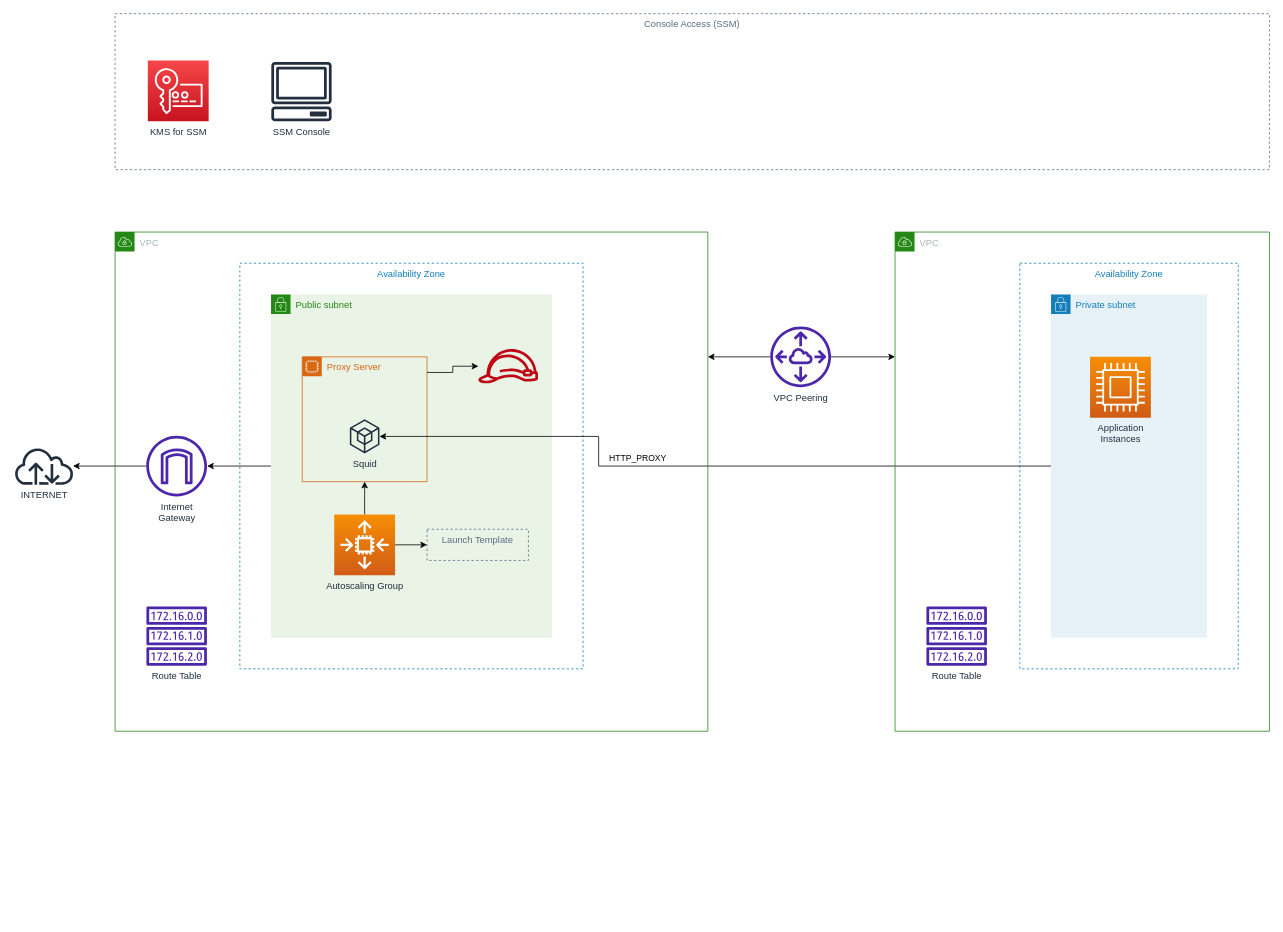
This is page "VPC Design" (5 of 5) of design.drawio from nicc777/exploring-aws-kinesis, a draw.io file, before an edit. Source tidied: cells renumbered, new cells numbered last; positions are measured from the earlier drawing's top-left corner, leaving out a move shared by most shapes. Both pictures are drawn from the tidied source at 78%, with x=0, y=0 at pixel (13, 13).
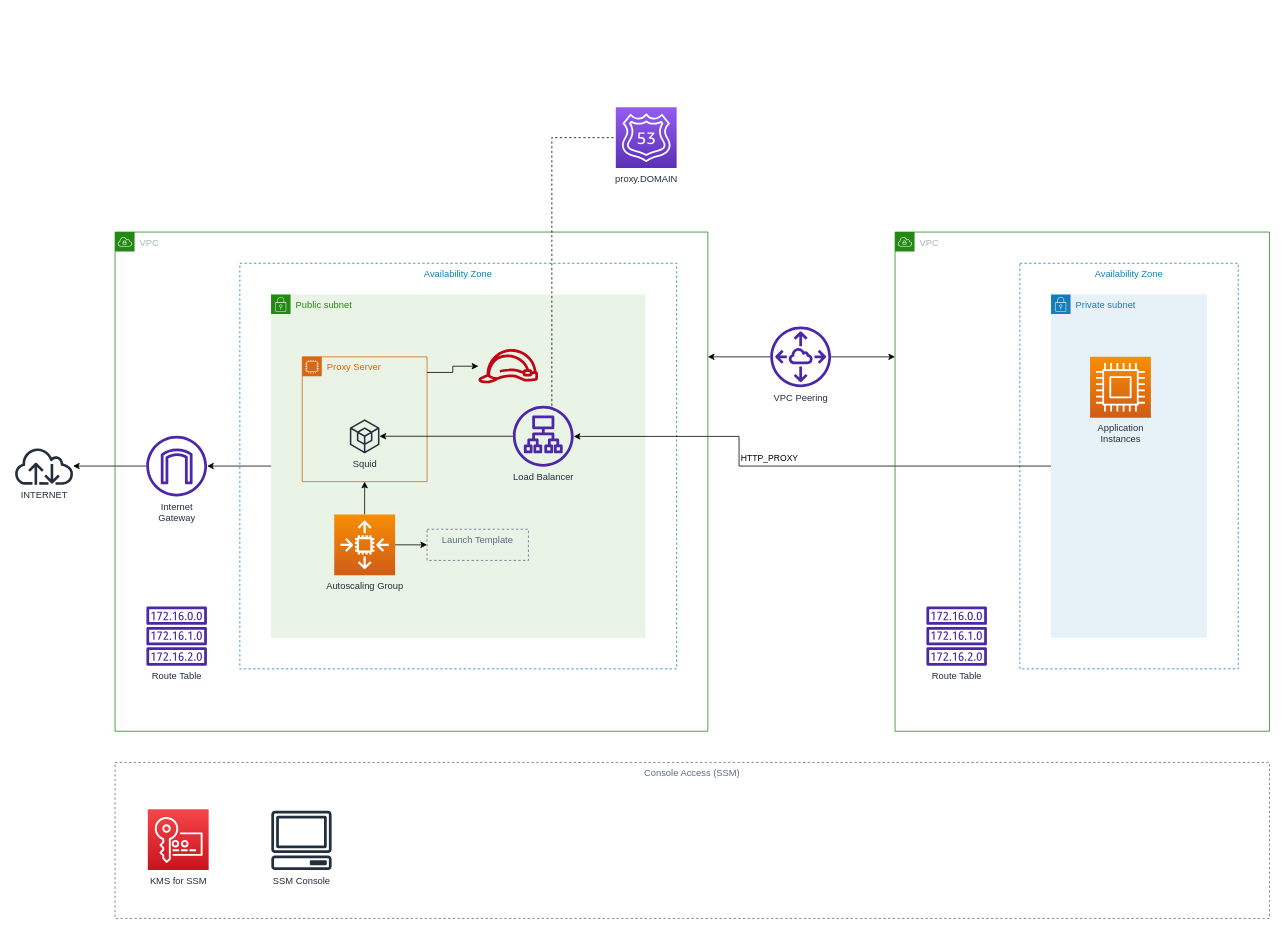
The same page after the edit.

Commit message (it also covers changes not shown here):
doc: added load balancer to diagram

Unchanged cells that the change refers to:
```xml
<mxCell id="7" value="Squid" style="sketch=0;outlineConnect=0;fontColor=#232F3E;gradientColor=none;fillColor=#232F3D;strokeColor=none;dashed=0;verticalLabelPosition=bottom;verticalAlign=top;align=center;html=1;fontSize=12;fontStyle=0;shape=mxgraph.aws4.external_sdk;" parent="6" vertex="1">
  <mxGeometry x="61" y="80" width="38" height="43.6" as="geometry" />
</mxCell>
<mxCell id="16" value="Private subnet" style="points=[[0,0],[0.25,0],[0.5,0],[0.75,0],[1,0],[1,0.25],[1,0.5],[1,0.75],[1,1],[0.75,1],[0.5,1],[0.25,1],[0,1],[0,0.75],[0,0.5],[0,0.25]];outlineConnect=0;gradientColor=none;html=1;whiteSpace=wrap;fontSize=12;fontStyle=0;shape=mxgraph.aws4.group;grIcon=mxgraph.aws4.group_security_group;grStroke=0;strokeColor=#147EBA;fillColor=#E6F2F8;verticalAlign=top;align=left;spacingLeft=30;fontColor=#147EBA;dashed=0;" parent="1" vertex="1">
  <mxGeometry x="1330" y="360" width="200" height="440" as="geometry" />
</mxCell>
```

What changed in the source:
```diff
@@
     <mxCell id="4" value="Availability Zone" style="fillColor=none;strokeColor=#147EBA;dashed=1;verticalAlign=top;fontStyle=0;fontColor=#147EBA;" parent="1" vertex="1">
-      <mxGeometry x="290" y="320" width="440" height="520" as="geometry" />
+      <mxGeometry x="290" y="320" width="560" height="520" as="geometry" />
     </mxCell>
     <mxCell id="5" value="Public subnet" style="points=[[0,0],[0.25,0],[0.5,0],[0.75,0],[1,0],[1,0.25],[1,0.5],[1,0.75],[1,1],[0.75,1],[0.5,1],[0.25,1],[0,1],[0,0.75],[0,0.5],[0,0.25]];outlineConnect=0;gradientColor=none;html=1;whiteSpace=wrap;fontSize=12;fontStyle=0;shape=mxgraph.aws4.group;grIcon=mxgraph.aws4.group_security_group;grStroke=0;strokeColor=#248814;fillColor=#E9F3E6;verticalAlign=top;align=left;spacingLeft=30;fontColor=#248814;dashed=0;" parent="1" vertex="1">
-      <mxGeometry x="330" y="360" width="360" height="440" as="geometry" />
+      <mxGeometry x="330" y="360" width="480" height="440" as="geometry" />
     </mxCell>
@@
-    <mxCell id="15" value="HTTP_PROXY" style="edgeStyle=orthogonalEdgeStyle;rounded=0;jettySize=auto;html=1;" parent="1" edge="1" source="16" target="7">
-      <mxGeometry x="0.18" y="-10" relative="1" as="geometry">
+    <mxCell id="15" value="HTTP_PROXY" style="edgeStyle=orthogonalEdgeStyle;rounded=0;jettySize=auto;html=1;" parent="1" edge="1" source="16" target="33">
+      <mxGeometry x="0.11" y="-10" relative="1" as="geometry">
         <Array as="points">
-          <mxPoint x="750" y="580" />
-          <mxPoint x="750" y="542" />
+          <mxPoint x="930" y="580" />
+          <mxPoint x="930" y="542" />
         </Array>
       </mxGeometry>
     </mxCell>
@@
     <mxCell id="27" value="KMS for SSM" style="sketch=0;fontColor=#232F3E;gradientColor=#F54749;gradientDirection=north;fillColor=#C7131F;strokeColor=#ffffff;dashed=0;verticalLabelPosition=bottom;verticalAlign=top;align=center;html=1;fontSize=12;fontStyle=0;shape=mxgraph.aws4.resourceIcon;resIcon=mxgraph.aws4.key_management_service;" parent="1" vertex="1">
-      <mxGeometry x="172" y="60" width="78" height="78" as="geometry" />
+      <mxGeometry x="172" y="1020" width="78" height="78" as="geometry" />
     </mxCell>
     <mxCell id="28" value="SSM Console" style="sketch=0;fontColor=#232F3E;gradientColor=none;fillColor=#232F3D;strokeColor=none;dashed=0;verticalLabelPosition=bottom;verticalAlign=top;align=center;html=1;fontSize=12;fontStyle=0;shape=mxgraph.aws4.client;" parent="1" vertex="1">
-      <mxGeometry x="330" y="62" width="78" height="76" as="geometry" />
+      <mxGeometry x="330" y="1022" width="78" height="76" as="geometry" />
     </mxCell>
     <mxCell id="29" value="Console Access (SSM)" style="fillColor=none;strokeColor=#5A6C86;dashed=1;verticalAlign=top;fontStyle=0;fontColor=#5A6C86;" parent="1" vertex="1">
-      <mxGeometry x="130" width="1480" height="200" as="geometry" />
+      <mxGeometry x="130" y="960" width="1480" height="200" as="geometry" />
     </mxCell>
@@
+    <mxCell id="31" style="edgeStyle=orthogonalEdgeStyle;rounded=0;jettySize=auto;html=1;" parent="1" edge="1" source="33" target="7">
+      <mxGeometry relative="1" as="geometry" />
+    </mxCell>
+    <mxCell id="32" style="edgeStyle=orthogonalEdgeStyle;rounded=0;jettySize=auto;html=1;entryX=0;entryY=0.5;entryDx=0;entryDy=0;entryPerimeter=0;endArrow=none;endFill=0;dashed=1;" parent="1" edge="1" source="33" target="34">
+      <mxGeometry relative="1" as="geometry">
+        <Array as="points">
+          <mxPoint x="690" y="159" />
+        </Array>
+      </mxGeometry>
+    </mxCell>
+    <mxCell id="33" value="Load Balancer" style="sketch=0;outlineConnect=0;fontColor=#232F3E;gradientColor=none;fillColor=#4D27AA;strokeColor=none;dashed=0;verticalLabelPosition=bottom;verticalAlign=top;align=center;html=1;fontSize=12;fontStyle=0;shape=mxgraph.aws4.application_load_balancer;" parent="1" vertex="1">
+      <mxGeometry x="640" y="502.8" width="78" height="78" as="geometry" />
+    </mxCell>
+    <mxCell id="34" value="proxy.DOMAIN" style="sketch=0;points=[[0,0,0],[0.25,0,0],[0.5,0,0],[0.75,0,0],[1,0,0],[0,1,0],[0.25,1,0],[0.5,1,0],[0.75,1,0],[1,1,0],[0,0.25,0],[0,0.5,0],[0,0.75,0],[1,0.25,0],[1,0.5,0],[1,0.75,0]];outlineConnect=0;fontColor=#232F3E;gradientColor=#945DF2;gradientDirection=north;fillColor=#5A30B5;strokeColor=#ffffff;dashed=0;verticalLabelPosition=bottom;verticalAlign=top;align=center;html=1;fontSize=12;fontStyle=0;shape=mxgraph.aws4.resourceIcon;resIcon=mxgraph.aws4.route_53;" parent="1" vertex="1">
+      <mxGeometry x="772" y="120" width="78" height="78" as="geometry" />
+    </mxCell>
```
